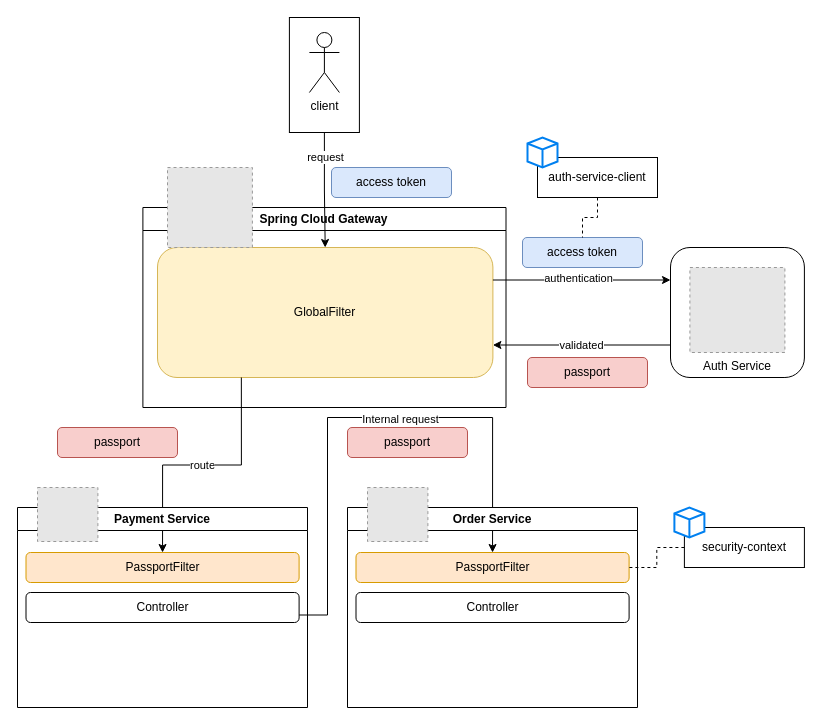
Gun2/hands-on-everything keeps this draw.io diagram as page "authentication flow" (2 of 4) of hands-on-msa/hands-on-msa-with-spring-cloud/readme/msa-architecture.drawio. Above is the earlier version. Source tidied: cells renumbered, new cells numbered last; positions are measured from the earlier drawing's top-left corner, leaving out a move shared by most shapes. Both pictures are drawn from the tidied source at 100%, with x=0, y=0 at pixel (17, 17). Pictures stored in the file or linked from it are replaced by grey dashed boxes.
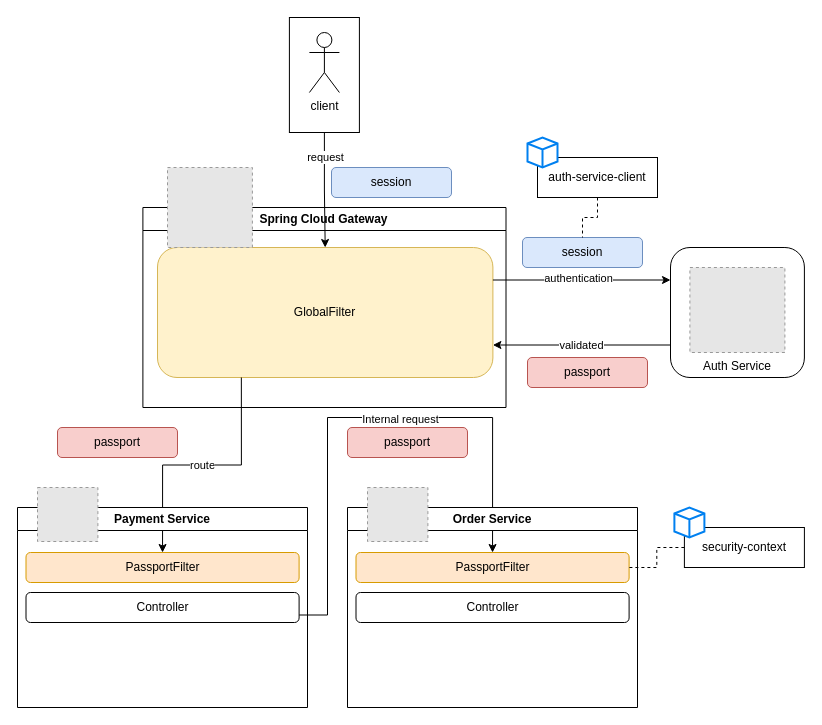
The same page after the edit.

What changed in the source:
```diff
@@
-    <mxCell id="13" value="access token" style="rounded=1;whiteSpace=wrap;html=1;fillColor=#dae8fc;strokeColor=#6c8ebf;" parent="1" vertex="1">
+    <mxCell id="13" value="session" style="rounded=1;whiteSpace=wrap;html=1;fillColor=#dae8fc;strokeColor=#6c8ebf;" parent="1" vertex="1">
       <mxGeometry x="314" y="150" width="120" height="30" as="geometry" />
     </mxCell>
@@
-    <mxCell id="17" value="access token" style="rounded=1;whiteSpace=wrap;html=1;fillColor=#dae8fc;strokeColor=#6c8ebf;" parent="1" vertex="1">
+    <mxCell id="17" value="session" style="rounded=1;whiteSpace=wrap;html=1;fillColor=#dae8fc;strokeColor=#6c8ebf;" parent="1" vertex="1">
       <mxGeometry x="505" y="220" width="120" height="30" as="geometry" />
     </mxCell>
```
